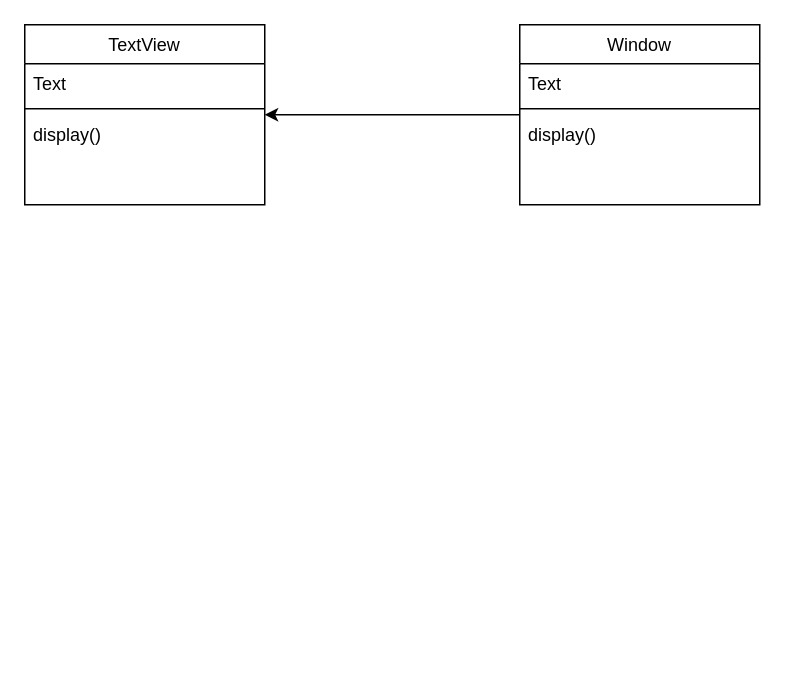
Earlier version of the draw.io diagram 0506_HW1.drawio (Janette-Hua/111-1-Software-Engineering-Design). Source tidied: cells renumbered, new cells numbered last; positions are measured from the earlier drawing's top-left corner, leaving out a move shared by most shapes. Both pictures are drawn from the tidied source at 150%, with x=0, y=0 at pixel (24, 24).
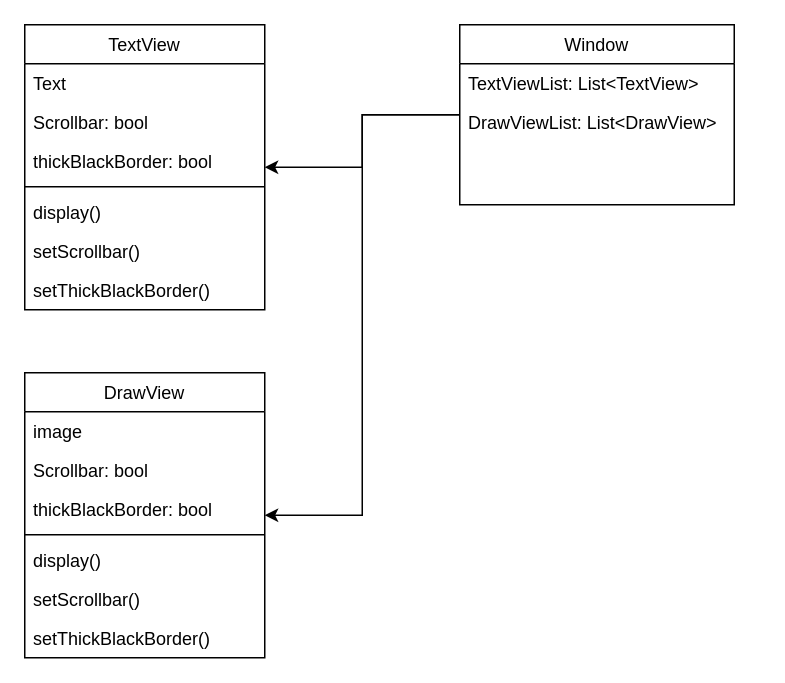
After the change.

What changed in the source:
```diff
@@
     <mxCell id="2" value="TextView" style="swimlane;fontStyle=0;align=center;verticalAlign=top;horizontal=1;startSize=26;rounded=0;shadow=0;strokeWidth=1;" parent="1" vertex="1">
-      <mxGeometry width="160" height="120" as="geometry" />
+      <mxGeometry width="160" height="190" as="geometry" />
     </mxCell>
@@
+    <mxCell id="11" value="Scrollbar: bool" style="text;align=left;verticalAlign=top;spacingLeft=4;spacingRight=4;overflow=hidden;" parent="2" vertex="1">
+      <mxGeometry y="52" width="160" height="26" as="geometry" />
+    </mxCell>
+    <mxCell id="12" value="thickBlackBorder: bool" style="text;align=left;verticalAlign=top;spacingLeft=4;spacingRight=4;overflow=hidden;" parent="2" vertex="1">
+      <mxGeometry y="78" width="160" height="26" as="geometry" />
+    </mxCell>
     <mxCell id="4" style="line;html=1;strokeWidth=1;align=left;verticalAlign=middle;spacingTop=-1;spacingLeft=3;spacingRight=3;labelPosition=right;" parent="2" vertex="1">
-      <mxGeometry y="52" width="160" height="8" as="geometry" />
+      <mxGeometry y="104" width="160" height="8" as="geometry" />
     </mxCell>
     <mxCell id="5" value="display()" style="text;align=left;verticalAlign=top;spacingLeft=4;spacingRight=4;overflow=hidden;" parent="2" vertex="1">
-      <mxGeometry y="60" width="160" height="26" as="geometry" />
+      <mxGeometry y="112" width="160" height="26" as="geometry" />
     </mxCell>
+    <mxCell id="13" value="setScrollbar()" style="text;align=left;verticalAlign=top;spacingLeft=4;spacingRight=4;overflow=hidden;" parent="2" vertex="1">
+      <mxGeometry y="138" width="160" height="26" as="geometry" />
+    </mxCell>
+    <mxCell id="14" value="setThickBlackBorder()" style="text;align=left;verticalAlign=top;spacingLeft=4;spacingRight=4;overflow=hidden;" parent="2" vertex="1">
+      <mxGeometry y="164" width="160" height="26" as="geometry" />
+    </mxCell>
@@
+    <mxCell id="15" style="edgeStyle=orthogonalEdgeStyle;rounded=0;jettySize=auto;html=1;exitX=0;exitY=0.5;exitDx=0;exitDy=0;entryX=1;entryY=0.5;entryDx=0;entryDy=0;" parent="1" edge="1" source="7" target="17">
+      <mxGeometry relative="1" as="geometry" />
+    </mxCell>
     <mxCell id="7" value="Window" style="swimlane;fontStyle=0;align=center;verticalAlign=top;horizontal=1;startSize=26;rounded=0;shadow=0;strokeWidth=1;" parent="1" vertex="1">
-      <mxGeometry x="330" width="160" height="120" as="geometry" />
+      <mxGeometry x="290" width="183" height="120" as="geometry" />
     </mxCell>
-    <mxCell id="8" value="Text" style="text;align=left;verticalAlign=top;spacingLeft=4;spacingRight=4;overflow=hidden;" parent="7" vertex="1">
-      <mxGeometry y="26" width="160" height="26" as="geometry" />
+    <mxCell id="8" value="TextViewList: List&lt;TextView&gt;" style="text;align=left;verticalAlign=top;spacingLeft=4;spacingRight=4;overflow=hidden;" parent="7" vertex="1">
+      <mxGeometry y="26" width="183" height="26" as="geometry" />
     </mxCell>
-    <mxCell id="9" style="line;html=1;strokeWidth=1;align=left;verticalAlign=middle;spacingTop=-1;spacingLeft=3;spacingRight=3;labelPosition=right;" parent="7" vertex="1">
-      <mxGeometry y="52" width="160" height="8" as="geometry" />
-    </mxCell>
+    <mxCell id="16" value="DrawViewList: List&lt;DrawView&gt;" style="text;align=left;verticalAlign=top;spacingLeft=4;spacingRight=4;overflow=hidden;" parent="7" vertex="1">
+      <mxGeometry y="52" width="183" height="26" as="geometry" />
+    </mxCell>
+    <mxCell id="17" value="DrawView" style="swimlane;fontStyle=0;align=center;verticalAlign=top;horizontal=1;startSize=26;rounded=0;shadow=0;strokeWidth=1;" parent="1" vertex="1">
+      <mxGeometry y="232" width="160" height="190" as="geometry" />
+    </mxCell>
+    <mxCell id="18" value="image" style="text;align=left;verticalAlign=top;spacingLeft=4;spacingRight=4;overflow=hidden;" parent="17" vertex="1">
+      <mxGeometry y="26" width="160" height="26" as="geometry" />
+    </mxCell>
+    <mxCell id="19" value="Scrollbar: bool" style="text;align=left;verticalAlign=top;spacingLeft=4;spacingRight=4;overflow=hidden;" parent="17" vertex="1">
+      <mxGeometry y="52" width="160" height="26" as="geometry" />
+    </mxCell>
+    <mxCell id="20" value="thickBlackBorder: bool" style="text;align=left;verticalAlign=top;spacingLeft=4;spacingRight=4;overflow=hidden;" parent="17" vertex="1">
+      <mxGeometry y="78" width="160" height="26" as="geometry" />
+    </mxCell>
+    <mxCell id="21" style="line;html=1;strokeWidth=1;align=left;verticalAlign=middle;spacingTop=-1;spacingLeft=3;spacingRight=3;labelPosition=right;" parent="17" vertex="1">
+      <mxGeometry y="104" width="160" height="8" as="geometry" />
+    </mxCell>
-    <mxCell id="10" value="display()" style="text;align=left;verticalAlign=top;spacingLeft=4;spacingRight=4;overflow=hidden;" parent="7" vertex="1">
-      <mxGeometry y="60" width="160" height="26" as="geometry" />
+    <mxCell id="10" value="display()" style="text;align=left;verticalAlign=top;spacingLeft=4;spacingRight=4;overflow=hidden;" parent="17" vertex="1">
+      <mxGeometry y="112" width="160" height="26" as="geometry" />
     </mxCell>
+    <mxCell id="22" value="setScrollbar()" style="text;align=left;verticalAlign=top;spacingLeft=4;spacingRight=4;overflow=hidden;" parent="17" vertex="1">
+      <mxGeometry y="138" width="160" height="26" as="geometry" />
+    </mxCell>
+    <mxCell id="23" value="setThickBlackBorder()" style="text;align=left;verticalAlign=top;spacingLeft=4;spacingRight=4;overflow=hidden;" parent="17" vertex="1">
+      <mxGeometry y="164" width="160" height="26" as="geometry" />
+    </mxCell>
```
